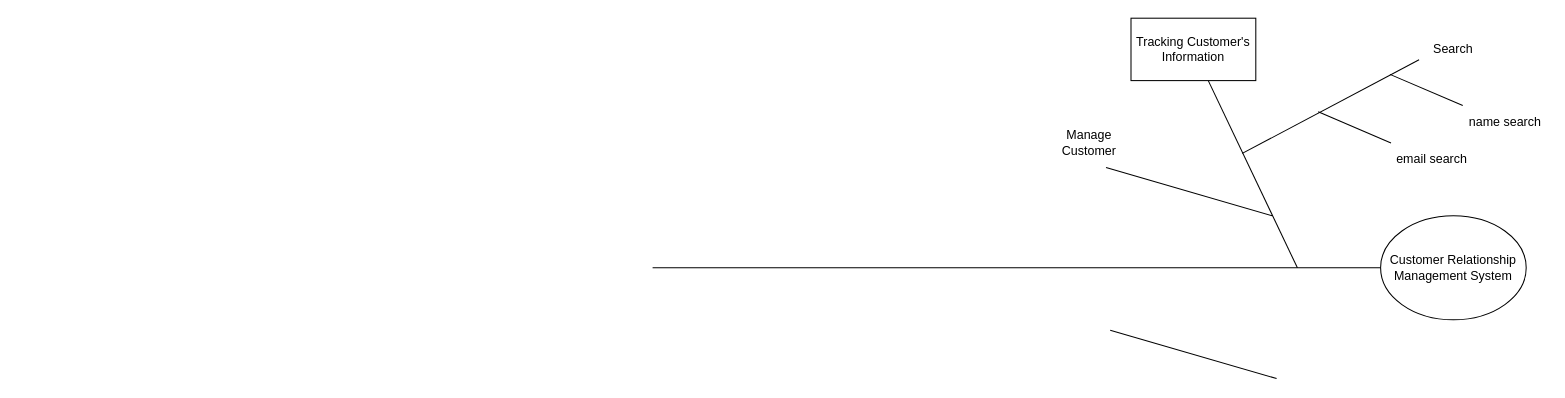
This is src/Untitled Diagram.drawio from thienan3007/math-util, a draw.io file, before an edit. Source tidied: cells renumbered, new cells numbered last; positions are measured from the earlier drawing's top-left corner, leaving out a move shared by most shapes. Both pictures are drawn from the tidied source at 104%, with x=0, y=0 at pixel (652, 18).
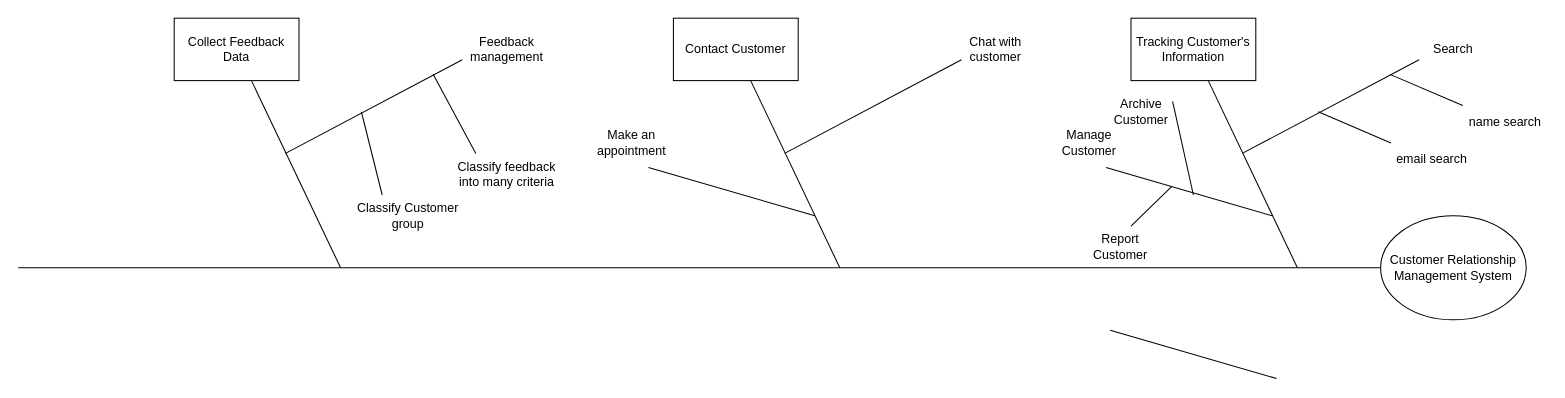
Above is the later version.

Commit message:
commit cuoi(nhanh hon Minh nha)

Change to the diagram source:
```diff
@@
     <mxCell id="2" style="endArrow=none;html=1;" parent="1" edge="1">
       <mxGeometry relative="1" as="geometry">
-        <mxPoint y="240" as="sourcePoint" />
+        <mxPoint x="-610" y="240" as="sourcePoint" />
         <mxPoint x="700" y="240" as="targetPoint" />
       </mxGeometry>
     </mxCell>
@@
+    <mxCell id="15" style="endArrow=none;html=1;" parent="1" edge="1">
+      <mxGeometry relative="1" as="geometry">
+        <mxPoint x="460" y="200" as="sourcePoint" />
+        <mxPoint x="499" y="162" as="targetPoint" />
+      </mxGeometry>
+    </mxCell>
+    <mxCell id="16" value="Report Customer" style="text;html=1;strokeColor=none;fillColor=none;align=center;verticalAlign=middle;whiteSpace=wrap;rounded=0;" parent="1" vertex="1">
+      <mxGeometry x="430" y="210" width="40" height="20" as="geometry" />
+    </mxCell>
+    <mxCell id="17" style="endArrow=none;html=1;" parent="1" edge="1">
+      <mxGeometry relative="1" as="geometry">
+        <mxPoint x="500" y="80" as="sourcePoint" />
+        <mxPoint x="520" y="170" as="targetPoint" />
+      </mxGeometry>
+    </mxCell>
+    <mxCell id="18" value="Archive Customer" style="text;html=1;strokeColor=none;fillColor=none;align=center;verticalAlign=middle;whiteSpace=wrap;rounded=0;" parent="1" vertex="1">
+      <mxGeometry x="450" y="80" width="40" height="20" as="geometry" />
+    </mxCell>
+    <mxCell id="19" style="endArrow=none;html=1;" parent="1" edge="1" target="20">
+      <mxGeometry relative="1" as="geometry">
+        <mxPoint x="180" y="240" as="sourcePoint" />
+      </mxGeometry>
+    </mxCell>
+    <mxCell id="20" value="Contact Customer" style="rounded=0;whiteSpace=wrap;html=1;" parent="1" vertex="1">
+      <mxGeometry x="20" width="120" height="60" as="geometry" />
+    </mxCell>
+    <mxCell id="21" style="endArrow=none;html=1;" parent="1" edge="1">
+      <mxGeometry relative="1" as="geometry">
+        <mxPoint x="127" y="130" as="sourcePoint" />
+        <mxPoint x="297" y="40" as="targetPoint" />
+      </mxGeometry>
+    </mxCell>
+    <mxCell id="22" value="Chat with customer" style="text;html=1;strokeColor=none;fillColor=none;align=center;verticalAlign=middle;whiteSpace=wrap;rounded=0;" parent="1" vertex="1">
+      <mxGeometry x="300" y="15" width="60" height="30" as="geometry" />
+    </mxCell>
+    <mxCell id="23" style="endArrow=none;html=1;" parent="1" edge="1">
+      <mxGeometry relative="1" as="geometry">
+        <mxPoint x="156" y="190" as="sourcePoint" />
+        <mxPoint x="-4" y="143.5" as="targetPoint" />
+      </mxGeometry>
+    </mxCell>
+    <mxCell id="24" value="Make an appointment" style="text;html=1;strokeColor=none;fillColor=none;align=center;verticalAlign=middle;whiteSpace=wrap;rounded=0;" parent="1" vertex="1">
+      <mxGeometry x="-40" y="110" width="40" height="20" as="geometry" />
+    </mxCell>
+    <mxCell id="25" style="endArrow=none;html=1;" parent="1" edge="1" target="26">
+      <mxGeometry relative="1" as="geometry">
+        <mxPoint x="-300" y="240" as="sourcePoint" />
+      </mxGeometry>
+    </mxCell>
+    <mxCell id="26" value="Collect Feedback Data" style="rounded=0;whiteSpace=wrap;html=1;" parent="1" vertex="1">
+      <mxGeometry x="-460" width="120" height="60" as="geometry" />
+    </mxCell>
+    <mxCell id="27" style="endArrow=none;html=1;" parent="1" edge="1">
+      <mxGeometry relative="1" as="geometry">
+        <mxPoint x="-353" y="130" as="sourcePoint" />
+        <mxPoint x="-183" y="40" as="targetPoint" />
+      </mxGeometry>
+    </mxCell>
+    <mxCell id="28" value="Feedback management" style="text;html=1;strokeColor=none;fillColor=none;align=center;verticalAlign=middle;whiteSpace=wrap;rounded=0;" parent="1" vertex="1">
+      <mxGeometry x="-170" y="15" width="60" height="30" as="geometry" />
+    </mxCell>
+    <mxCell id="29" style="endArrow=none;html=1;" parent="1" edge="1">
+      <mxGeometry relative="1" as="geometry">
+        <mxPoint x="-211" y="54" as="sourcePoint" />
+        <mxPoint x="-170" y="130" as="targetPoint" />
+      </mxGeometry>
+    </mxCell>
+    <mxCell id="30" style="endArrow=none;html=1;" parent="1" edge="1">
+      <mxGeometry relative="1" as="geometry">
+        <mxPoint x="-280" y="90" as="sourcePoint" />
+        <mxPoint x="-260" y="170" as="targetPoint" />
+      </mxGeometry>
+    </mxCell>
+    <mxCell id="31" value="Classify feedback into many criteria" style="text;html=1;strokeColor=none;fillColor=none;align=center;verticalAlign=middle;whiteSpace=wrap;rounded=0;" parent="1" vertex="1">
+      <mxGeometry x="-195" y="140" width="110" height="20" as="geometry" />
+    </mxCell>
+    <mxCell id="32" value="Classify Customer group" style="text;html=1;strokeColor=none;fillColor=none;align=center;verticalAlign=middle;whiteSpace=wrap;rounded=0;" parent="1" vertex="1">
+      <mxGeometry x="-290" y="180" width="110" height="20" as="geometry" />
+    </mxCell>
```
